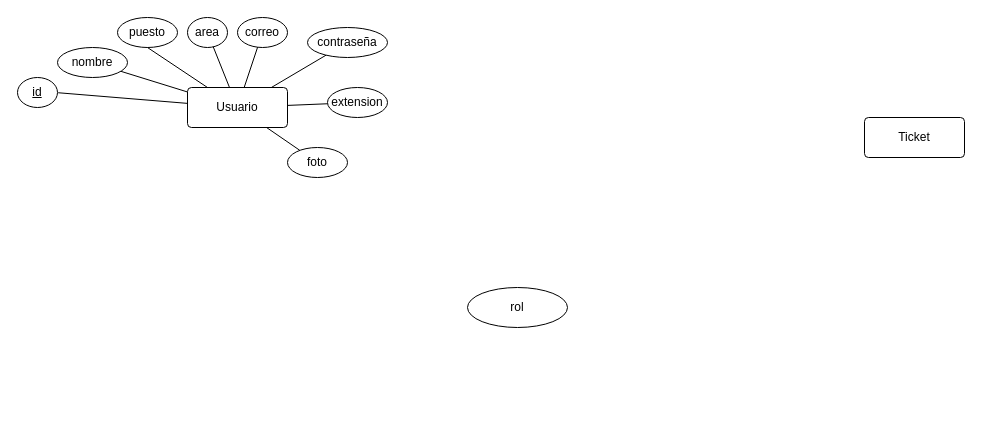
The draw.io diagram diagramas/Modelo_E-R.drawio in badiolajh/Projecto-Final_Tickets, before the edit. Source tidied: cells renumbered, new cells numbered last; positions are measured from the earlier drawing's top-left corner, leaving out a move shared by most shapes. Both pictures are drawn from the tidied source at 100%, with x=0, y=0 at pixel (17, 17).
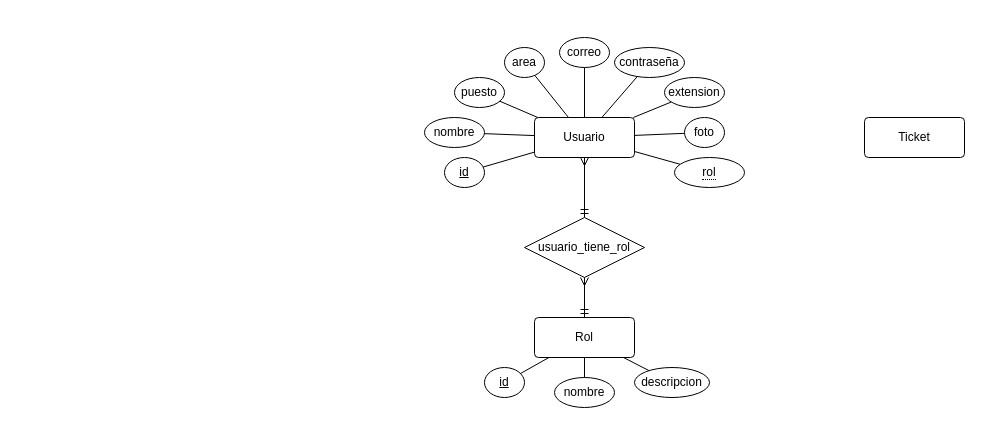
After the change.

Commit message (it also covers changes not shown here):
Add: entidad usuario y rol

What changed in the source:
```diff
@@
+    <mxCell id="7" value="Ticket" style="rounded=1;arcSize=10;whiteSpace=wrap;html=1;align=center;" parent="1" vertex="1">
+      <mxGeometry x="847" y="100" width="100" height="40" as="geometry" />
+    </mxCell>
+    <mxCell id="21" style="group;" parent="1" vertex="1">
+      <mxGeometry x="467" y="300" width="225" height="90" as="geometry" />
+    </mxCell>
+    <mxCell id="22" style="edgeStyle=none;shape=connector;rounded=0;jettySize=auto;html=1;strokeColor=default;align=center;verticalAlign=middle;fontFamily=Helvetica;fontSize=12;fontColor=default;labelBackgroundColor=default;startArrow=none;startFill=0;endArrow=none;endFill=0;" parent="21" edge="1" source="23" target="27">
+      <mxGeometry relative="1" as="geometry" />
+    </mxCell>
+    <mxCell id="23" value="Rol" style="rounded=1;arcSize=10;whiteSpace=wrap;html=1;align=center;fontFamily=Helvetica;fontSize=12;fontColor=default;labelBackgroundColor=default;" parent="21" vertex="1">
+      <mxGeometry x="50" width="100" height="40" as="geometry" />
+    </mxCell>
+    <mxCell id="24" value="id" style="ellipse;whiteSpace=wrap;html=1;align=center;fontStyle=4;" parent="21" vertex="1">
+      <mxGeometry y="50" width="40" height="30" as="geometry" />
+    </mxCell>
+    <mxCell id="25" style="edgeStyle=none;shape=connector;rounded=0;jettySize=auto;html=1;strokeColor=default;align=center;verticalAlign=middle;fontFamily=Helvetica;fontSize=12;fontColor=default;labelBackgroundColor=default;startArrow=none;startFill=0;endArrow=none;endFill=0;" parent="21" edge="1" source="23" target="24">
+      <mxGeometry relative="1" as="geometry" />
+    </mxCell>
+    <mxCell id="26" value="nombre" style="ellipse;whiteSpace=wrap;html=1;align=center;" parent="21" vertex="1">
+      <mxGeometry x="70" y="60" width="60" height="30" as="geometry" />
+    </mxCell>
+    <mxCell id="27" value="descripcion" style="ellipse;whiteSpace=wrap;html=1;align=center;" parent="21" vertex="1">
+      <mxGeometry x="150" y="50" width="75" height="30" as="geometry" />
+    </mxCell>
+    <mxCell id="28" style="edgeStyle=none;shape=connector;rounded=0;jettySize=auto;html=1;strokeColor=default;align=center;verticalAlign=middle;fontFamily=Helvetica;fontSize=12;fontColor=default;labelBackgroundColor=default;startArrow=none;startFill=0;endArrow=none;endFill=0;" parent="21" edge="1" source="23" target="26">
+      <mxGeometry relative="1" as="geometry" />
+    </mxCell>
+    <mxCell id="29" style="group;" parent="1" vertex="1">
+      <mxGeometry x="407" y="20" width="320" height="150" as="geometry" />
+    </mxCell>
-    <mxCell id="2" style="edgeStyle=none;shape=connector;rounded=0;jettySize=auto;html=1;strokeColor=default;align=center;verticalAlign=middle;fontFamily=Helvetica;fontSize=11;fontColor=default;labelBackgroundColor=default;startArrow=none;startFill=0;endArrow=none;endFill=0;" parent="1" edge="1" source="6" target="9">
+    <mxCell id="2" style="edgeStyle=none;shape=connector;rounded=0;jettySize=auto;html=1;strokeColor=default;align=center;verticalAlign=middle;fontFamily=Helvetica;fontSize=11;fontColor=default;labelBackgroundColor=default;startArrow=none;startFill=0;endArrow=none;endFill=0;" parent="29" edge="1" source="6" target="9">
       <mxGeometry relative="1" as="geometry" />
     </mxCell>
-    <mxCell id="3" style="edgeStyle=none;shape=connector;rounded=0;jettySize=auto;html=1;strokeColor=default;align=center;verticalAlign=middle;fontFamily=Helvetica;fontSize=12;fontColor=default;labelBackgroundColor=default;startArrow=none;startFill=0;endArrow=none;endFill=0;" parent="1" edge="1" source="6" target="18">
+    <mxCell id="3" style="edgeStyle=none;shape=connector;rounded=0;jettySize=auto;html=1;strokeColor=default;align=center;verticalAlign=middle;fontFamily=Helvetica;fontSize=12;fontColor=default;labelBackgroundColor=default;startArrow=none;startFill=0;endArrow=none;endFill=0;" parent="29" edge="1" source="6" target="18">
       <mxGeometry relative="1" as="geometry" />
     </mxCell>
-    <mxCell id="4" style="edgeStyle=none;shape=connector;rounded=0;jettySize=auto;html=1;strokeColor=default;align=center;verticalAlign=middle;fontFamily=Helvetica;fontSize=12;fontColor=default;labelBackgroundColor=default;startArrow=none;startFill=0;endArrow=none;endFill=0;" parent="1" edge="1" source="6" target="19">
+    <mxCell id="4" style="edgeStyle=none;shape=connector;rounded=0;jettySize=auto;html=1;strokeColor=default;align=center;verticalAlign=middle;fontFamily=Helvetica;fontSize=12;fontColor=default;labelBackgroundColor=default;startArrow=none;startFill=0;endArrow=none;endFill=0;" parent="29" edge="1" source="6" target="19">
       <mxGeometry relative="1" as="geometry" />
     </mxCell>
-    <mxCell id="5" style="edgeStyle=none;shape=connector;rounded=0;jettySize=auto;html=1;strokeColor=default;align=center;verticalAlign=middle;fontFamily=Helvetica;fontSize=12;fontColor=default;labelBackgroundColor=default;startArrow=none;startFill=0;endArrow=none;endFill=0;" parent="1" edge="1" source="6" target="20">
+    <mxCell id="5" style="edgeStyle=none;shape=connector;rounded=0;jettySize=auto;html=1;strokeColor=default;align=center;verticalAlign=middle;fontFamily=Helvetica;fontSize=12;fontColor=default;labelBackgroundColor=default;startArrow=none;startFill=0;endArrow=none;endFill=0;" parent="29" edge="1" source="6" target="20">
       <mxGeometry relative="1" as="geometry" />
     </mxCell>
+    <mxCell id="30" style="edgeStyle=none;shape=connector;rounded=0;jettySize=auto;html=1;strokeColor=default;align=center;verticalAlign=middle;fontFamily=Helvetica;fontSize=12;fontColor=default;labelBackgroundColor=default;startArrow=none;startFill=0;endArrow=none;endFill=0;" parent="29" edge="1" source="6" target="13">
+      <mxGeometry relative="1" as="geometry" />
+    </mxCell>
-    <mxCell id="6" value="Usuario" style="rounded=1;arcSize=10;whiteSpace=wrap;html=1;align=center;" parent="1" vertex="1">
-      <mxGeometry x="170" y="70" width="100" height="40" as="geometry" />
+    <mxCell id="6" value="Usuario" style="rounded=1;arcSize=10;whiteSpace=wrap;html=1;align=center;" parent="29" vertex="1">
+      <mxGeometry x="110" y="80" width="100" height="40" as="geometry" />
     </mxCell>
-    <mxCell id="7" value="Ticket" style="rounded=1;arcSize=10;whiteSpace=wrap;html=1;align=center;" parent="1" vertex="1">
-      <mxGeometry x="847" y="100" width="100" height="40" as="geometry" />
-    </mxCell>
-    <mxCell id="8" value="id" style="ellipse;whiteSpace=wrap;html=1;align=center;fontStyle=4;" parent="1" vertex="1">
-      <mxGeometry y="60" width="40" height="30" as="geometry" />
+    <mxCell id="8" value="id" style="ellipse;whiteSpace=wrap;html=1;align=center;fontStyle=4;" parent="29" vertex="1">
+      <mxGeometry x="20" y="120" width="40" height="30" as="geometry" />
     </mxCell>
-    <mxCell id="9" value="nombre" style="ellipse;whiteSpace=wrap;html=1;align=center;" parent="1" vertex="1">
-      <mxGeometry x="40" y="30" width="70" height="30" as="geometry" />
+    <mxCell id="9" value="nombre" style="ellipse;whiteSpace=wrap;html=1;align=center;" parent="29" vertex="1">
+      <mxGeometry y="80" width="60" height="30" as="geometry" />
     </mxCell>
-    <mxCell id="10" value="puesto" style="ellipse;whiteSpace=wrap;html=1;align=center;" parent="1" vertex="1">
-      <mxGeometry x="100" width="60" height="30" as="geometry" />
+    <mxCell id="10" value="puesto" style="ellipse;whiteSpace=wrap;html=1;align=center;" parent="29" vertex="1">
+      <mxGeometry x="30" y="40" width="50" height="30" as="geometry" />
     </mxCell>
-    <mxCell id="11" value="area" style="ellipse;whiteSpace=wrap;html=1;align=center;" parent="1" vertex="1">
-      <mxGeometry x="170" width="40" height="30" as="geometry" />
+    <mxCell id="11" value="area" style="ellipse;whiteSpace=wrap;html=1;align=center;" parent="29" vertex="1">
+      <mxGeometry x="80" y="10" width="40" height="30" as="geometry" />
     </mxCell>
-    <mxCell id="12" value="correo" style="ellipse;whiteSpace=wrap;html=1;align=center;" parent="1" vertex="1">
-      <mxGeometry x="220" width="50" height="30" as="geometry" />
+    <mxCell id="12" value="correo" style="ellipse;whiteSpace=wrap;html=1;align=center;" parent="29" vertex="1">
+      <mxGeometry x="135" width="50" height="30" as="geometry" />
     </mxCell>
-    <mxCell id="13" value="rol" style="ellipse;whiteSpace=wrap;html=1;align=center;" parent="1" vertex="1">
-      <mxGeometry x="450" y="270" width="100" height="40" as="geometry" />
-    </mxCell>
-    <mxCell id="14" style="rounded=0;jettySize=auto;html=1;entryX=1.017;entryY=0.508;entryDx=0;entryDy=0;entryPerimeter=0;startArrow=none;startFill=0;endArrow=none;endFill=0;" parent="1" edge="1" source="6" target="8">
+    <mxCell id="14" style="rounded=0;jettySize=auto;html=1;startArrow=none;startFill=0;endArrow=none;endFill=0;" parent="29" edge="1" source="6" target="8">
       <mxGeometry relative="1" as="geometry" />
     </mxCell>
-    <mxCell id="15" style="edgeStyle=none;shape=connector;rounded=0;jettySize=auto;html=1;entryX=0.5;entryY=1;entryDx=0;entryDy=0;strokeColor=default;align=center;verticalAlign=middle;fontFamily=Helvetica;fontSize=11;fontColor=default;labelBackgroundColor=default;startArrow=none;startFill=0;endArrow=none;endFill=0;" parent="1" edge="1" source="6" target="10">
+    <mxCell id="15" style="edgeStyle=none;shape=connector;rounded=0;jettySize=auto;html=1;strokeColor=default;align=center;verticalAlign=middle;fontFamily=Helvetica;fontSize=11;fontColor=default;labelBackgroundColor=default;startArrow=none;startFill=0;endArrow=none;endFill=0;" parent="29" edge="1" source="6" target="10">
       <mxGeometry relative="1" as="geometry" />
     </mxCell>
-    <mxCell id="16" style="edgeStyle=none;shape=connector;rounded=0;jettySize=auto;html=1;strokeColor=default;align=center;verticalAlign=middle;fontFamily=Helvetica;fontSize=12;fontColor=default;labelBackgroundColor=default;startArrow=none;startFill=0;endArrow=none;endFill=0;" parent="1" edge="1" source="6" target="11">
+    <mxCell id="16" style="edgeStyle=none;shape=connector;rounded=0;jettySize=auto;html=1;strokeColor=default;align=center;verticalAlign=middle;fontFamily=Helvetica;fontSize=12;fontColor=default;labelBackgroundColor=default;startArrow=none;startFill=0;endArrow=none;endFill=0;" parent="29" edge="1" source="6" target="11">
       <mxGeometry relative="1" as="geometry" />
     </mxCell>
-    <mxCell id="17" style="edgeStyle=none;shape=connector;rounded=0;jettySize=auto;html=1;strokeColor=default;align=center;verticalAlign=middle;fontFamily=Helvetica;fontSize=12;fontColor=default;labelBackgroundColor=default;startArrow=none;startFill=0;endArrow=none;endFill=0;" parent="1" edge="1" source="6" target="12">
+    <mxCell id="17" style="edgeStyle=none;shape=connector;rounded=0;jettySize=auto;html=1;strokeColor=default;align=center;verticalAlign=middle;fontFamily=Helvetica;fontSize=12;fontColor=default;labelBackgroundColor=default;startArrow=none;startFill=0;endArrow=none;endFill=0;" parent="29" edge="1" source="6" target="12">
       <mxGeometry relative="1" as="geometry" />
     </mxCell>
-    <mxCell id="18" value="contraseña" style="ellipse;whiteSpace=wrap;html=1;align=center;" parent="1" vertex="1">
-      <mxGeometry x="290" y="10" width="80" height="30" as="geometry" />
+    <mxCell id="18" value="contraseña" style="ellipse;whiteSpace=wrap;html=1;align=center;" parent="29" vertex="1">
+      <mxGeometry x="190" y="10" width="70" height="30" as="geometry" />
     </mxCell>
-    <mxCell id="19" value="extension" style="ellipse;whiteSpace=wrap;html=1;align=center;" parent="1" vertex="1">
-      <mxGeometry x="310" y="70" width="60" height="30" as="geometry" />
+    <mxCell id="19" value="extension" style="ellipse;whiteSpace=wrap;html=1;align=center;" parent="29" vertex="1">
+      <mxGeometry x="240" y="40" width="60" height="30" as="geometry" />
     </mxCell>
-    <mxCell id="20" value="foto" style="ellipse;whiteSpace=wrap;html=1;align=center;" parent="1" vertex="1">
-      <mxGeometry x="270" y="130" width="60" height="30" as="geometry" />
+    <mxCell id="20" value="foto" style="ellipse;whiteSpace=wrap;html=1;align=center;" parent="29" vertex="1">
+      <mxGeometry x="260" y="80" width="40" height="30" as="geometry" />
     </mxCell>
+    <mxCell id="13" value="&lt;span style=&quot;border-bottom: 1px dotted&quot;&gt;rol&lt;/span&gt;" style="ellipse;whiteSpace=wrap;html=1;align=center;strokeColor=default;verticalAlign=middle;fontFamily=Helvetica;fontSize=12;fontColor=default;fillColor=default;" parent="29" vertex="1">
+      <mxGeometry x="250" y="120" width="70" height="30" as="geometry" />
+    </mxCell>
+    <mxCell id="31" style="fontSize=12;html=1;endArrow=ERmany;rounded=0;strokeColor=default;align=center;verticalAlign=middle;fontFamily=Helvetica;fontColor=default;labelBackgroundColor=default;exitX=0.5;exitY=0;exitDx=0;exitDy=0;edgeStyle=orthogonalEdgeStyle;endFill=0;startArrow=ERmandOne;startFill=0;" parent="1" edge="1" source="33" target="6">
+      <mxGeometry relative="1" as="geometry" />
+    </mxCell>
+    <mxCell id="32" style="fontSize=12;html=1;endArrow=ERmany;rounded=0;strokeColor=default;align=center;verticalAlign=middle;fontFamily=Helvetica;fontColor=default;labelBackgroundColor=default;exitX=0.5;exitY=0;exitDx=0;exitDy=0;edgeStyle=orthogonalEdgeStyle;endFill=0;startArrow=ERmandOne;startFill=0;" parent="1" edge="1" source="23" target="33">
+      <mxGeometry relative="1" as="geometry" />
+    </mxCell>
+    <mxCell id="33" value="usuario_tiene_rol" style="shape=rhombus;perimeter=rhombusPerimeter;whiteSpace=wrap;html=1;align=center;strokeColor=default;verticalAlign=middle;fontFamily=Helvetica;fontSize=12;fontColor=default;fillColor=default;" parent="1" vertex="1">
+      <mxGeometry x="507" y="200" width="120" height="60" as="geometry" />
+    </mxCell>
```
